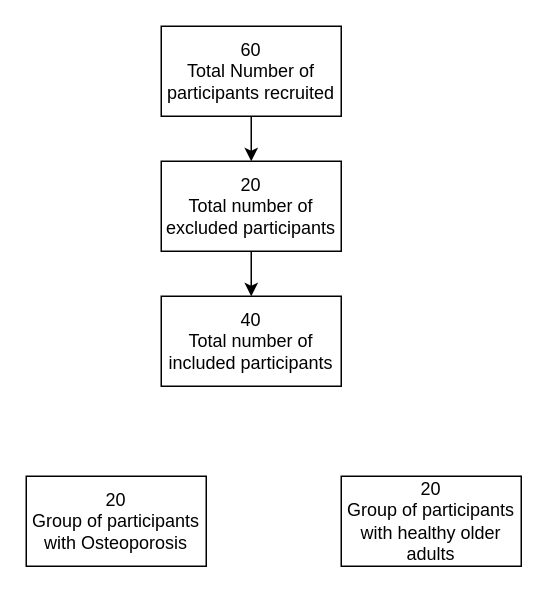
Earlier version of the draw.io diagram Untitled Diagram.drawio (nazia94/nazia94). Source tidied: cells renumbered, new cells numbered last; positions are measured from the earlier drawing's top-left corner, leaving out a move shared by most shapes. Both pictures are drawn from the tidied source at 150%, with x=0, y=0 at pixel (26, 26).
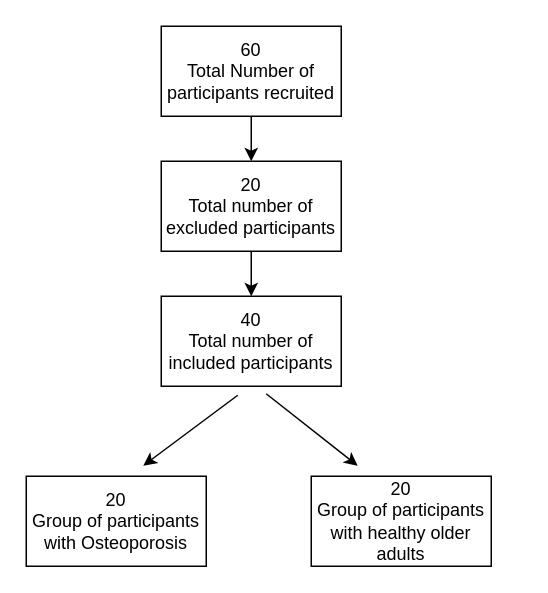
Above is the later version.

What changed in the source:
```diff
@@
 <mxGraphModel>
   <root>
     <mxCell id="0" />
     <mxCell id="1" parent="0" />
     <mxCell id="2" value="60&lt;br&gt;Total Number of participants recruited" style="rounded=0;whiteSpace=wrap;html=1;" parent="1" vertex="1">
       <mxGeometry x="90" width="120" height="60" as="geometry" />
     </mxCell>
     <mxCell id="3" value="20&lt;br&gt;Total number of excluded participants" style="rounded=0;whiteSpace=wrap;html=1;" parent="1" vertex="1">
       <mxGeometry x="90" y="90" width="120" height="60" as="geometry" />
     </mxCell>
     <mxCell id="4" value="40&lt;br&gt;Total number of included participants" style="rounded=0;whiteSpace=wrap;html=1;" parent="1" vertex="1">
       <mxGeometry x="90" y="180" width="120" height="60" as="geometry" />
     </mxCell>
     <mxCell id="5" value="20&lt;br&gt;Group of participants with Osteoporosis" style="rounded=0;whiteSpace=wrap;html=1;" parent="1" vertex="1">
       <mxGeometry y="300" width="120" height="60" as="geometry" />
     </mxCell>
     <mxCell id="6" value="20&lt;br&gt;Group of participants with healthy older adults" style="rounded=0;whiteSpace=wrap;html=1;" parent="1" vertex="1">
-      <mxGeometry x="210" y="300" width="120" height="60" as="geometry" />
+      <mxGeometry x="190" y="300" width="120" height="60" as="geometry" />
     </mxCell>
     <mxCell id="7" style="endArrow=classic;html=1;rounded=0;exitX=0.5;exitY=1;exitDx=0;exitDy=0;" parent="1" edge="1" source="2">
       <mxGeometry relative="1" as="geometry">
         <mxPoint x="150" y="90" as="targetPoint" />
       </mxGeometry>
     </mxCell>
     <mxCell id="8" style="endArrow=classic;html=1;rounded=0;entryX=0.5;entryY=0;entryDx=0;entryDy=0;exitX=0.5;exitY=1;exitDx=0;exitDy=0;" parent="1" edge="1" source="3" target="4">
       <mxGeometry relative="1" as="geometry" />
     </mxCell>
+    <mxCell id="9" style="endArrow=classic;html=1;rounded=0;exitX=0.425;exitY=1.1;exitDx=0;exitDy=0;exitPerimeter=0;entryX=0.65;entryY=-0.117;entryDx=0;entryDy=0;entryPerimeter=0;" parent="1" edge="1" source="4" target="5">
+      <mxGeometry relative="1" as="geometry" />
+    </mxCell>
+    <mxCell id="10" style="endArrow=classic;html=1;rounded=0;entryX=0.258;entryY=-0.117;entryDx=0;entryDy=0;entryPerimeter=0;exitX=0.583;exitY=1.083;exitDx=0;exitDy=0;exitPerimeter=0;" parent="1" edge="1" source="4" target="6">
+      <mxGeometry relative="1" as="geometry" />
+    </mxCell>
   </root>
 </mxGraphModel>
```
